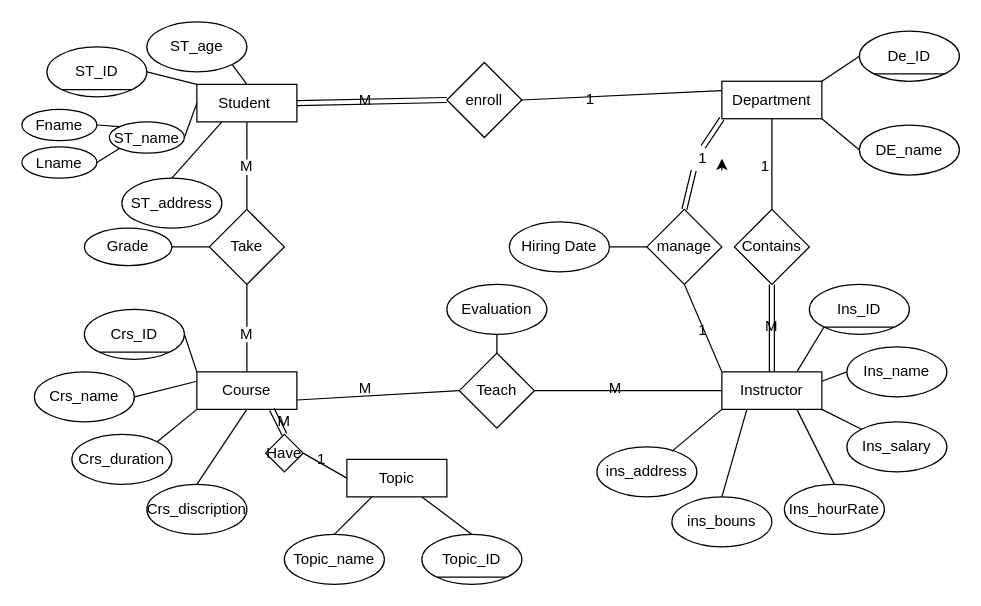
Above: ERD_ITI.drawio in abdelrahmannabil987/ERD_ITI (draw.io), before the change. Source tidied: cells renumbered, new cells numbered last; positions are measured from the earlier drawing's top-left corner, leaving out a move shared by most shapes. Both pictures are drawn from the tidied source at 125%, with x=0, y=0 at pixel (21, 21).
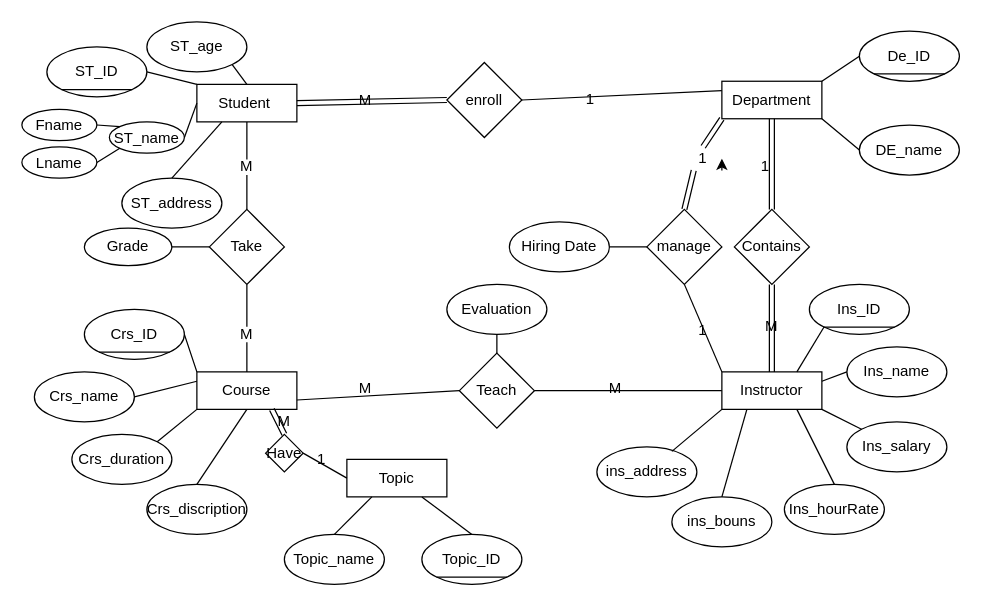
Above is the later version.

Commit message (it also covers changes not shown here):
ERD_ITI

Unchanged cells that the change refers to:
```xml
<mxCell id="16" value="Department" style="rounded=0;whiteSpace=wrap;html=1;" parent="1" vertex="1">
  <mxGeometry x="560" y="47.5" width="80" height="30" as="geometry" />
</mxCell>
<mxCell id="56" value="Contains" style="rhombus;whiteSpace=wrap;html=1;" parent="1" vertex="1">
  <mxGeometry x="570" y="150" width="60" height="60" as="geometry" />
</mxCell>
```

What changed in the source:
```diff
@@
-    <mxCell id="88" style="endArrow=none;html=1;rounded=0;exitX=0.5;exitY=0;exitDx=0;exitDy=0;entryX=0.5;entryY=1;entryDx=0;entryDy=0;" parent="1" edge="1" source="56" target="16">
+    <mxCell id="88" style="endArrow=none;html=1;rounded=0;exitX=0.5;exitY=0;exitDx=0;exitDy=0;entryX=0.5;entryY=1;entryDx=0;entryDy=0;shape=link;" parent="1" edge="1" source="56" target="16">
       <mxGeometry relative="1" as="geometry" />
     </mxCell>
```
